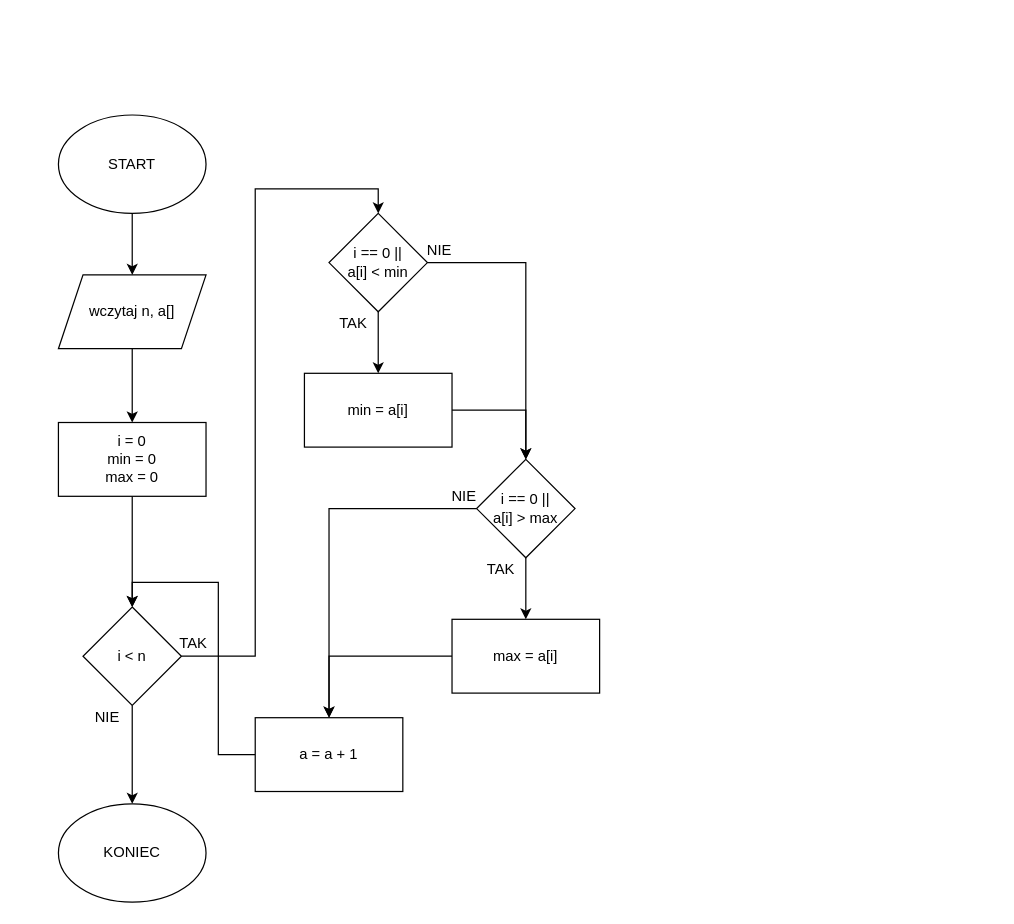
Earlier version of the draw.io diagram minmax.drawio (kuba2k2/zsl). Source tidied: cells renumbered, new cells numbered last; positions are measured from the earlier drawing's top-left corner, leaving out a move shared by most shapes. Both pictures are drawn from the tidied source at 123%, with x=0, y=0 at pixel (58, 114).
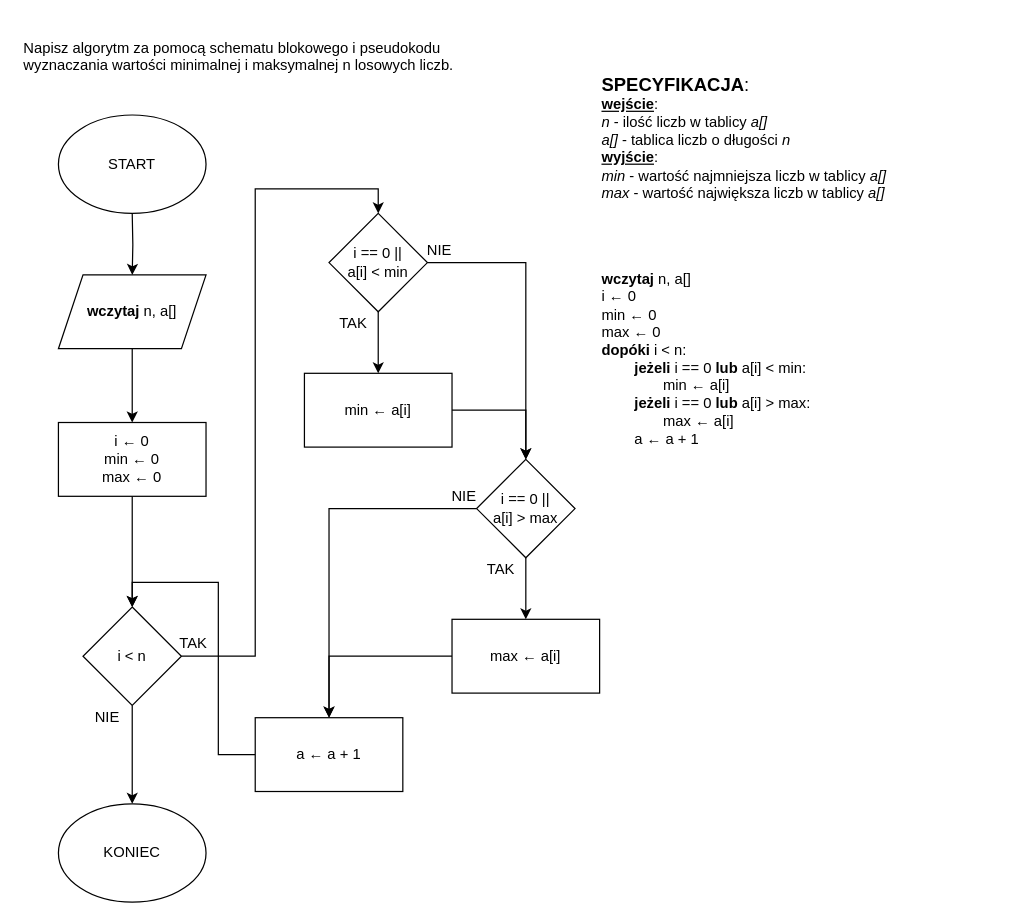
Above is the later version.

Commit message:
zapomniałem o pseudokozie

Unchanged cells that the change refers to:
```xml
<mxCell id="3" value="START" style="ellipse;whiteSpace=wrap;html=1;" parent="1" vertex="1">
  <mxGeometry width="120" height="80" as="geometry" />
</mxCell>
```

Diff of the diagram source:
```diff
@@
-    <mxCell id="2" style="edgeStyle=orthogonalEdgeStyle;rounded=0;jettySize=auto;html=1;" parent="1" edge="1" source="3" target="5">
-      <mxGeometry relative="1" as="geometry" />
+    <mxCell id="2" style="edgeStyle=orthogonalEdgeStyle;rounded=0;jettySize=auto;html=1;" parent="1" edge="1" target="5">
+      <mxGeometry relative="1" as="geometry">
+        <mxPoint x="60" y="80" as="sourcePoint" />
+      </mxGeometry>
     </mxCell>
@@
-    <mxCell id="5" value="wczytaj n, a[]" style="shape=parallelogram;perimeter=parallelogramPerimeter;whiteSpace=wrap;html=1;fixedSize=1;" parent="1" vertex="1">
+    <mxCell id="5" value="&lt;b&gt;wczytaj &lt;/b&gt;n, a[]" style="shape=parallelogram;perimeter=parallelogramPerimeter;whiteSpace=wrap;html=1;fixedSize=1;" parent="1" vertex="1">
       <mxGeometry y="130" width="120" height="60" as="geometry" />
     </mxCell>
@@
-    <mxCell id="7" value="&lt;div&gt;i = 0&lt;/div&gt;&lt;div&gt;min = 0&lt;br&gt;&lt;/div&gt;&lt;div&gt;max = 0&lt;br&gt;&lt;/div&gt;" style="rounded=0;whiteSpace=wrap;html=1;" parent="1" vertex="1">
+    <mxCell id="7" value="&lt;div&gt;i ← 0&lt;/div&gt;&lt;div&gt;min ← 0&lt;br&gt;&lt;/div&gt;&lt;div&gt;max ← 0&lt;br&gt;&lt;/div&gt;" style="rounded=0;whiteSpace=wrap;html=1;" parent="1" vertex="1">
       <mxGeometry y="250" width="120" height="60" as="geometry" />
     </mxCell>
@@
-    <mxCell id="15" value="min = a[i]" style="rounded=0;whiteSpace=wrap;html=1;" parent="1" vertex="1">
+    <mxCell id="15" value="min ← a[i]" style="rounded=0;whiteSpace=wrap;html=1;" parent="1" vertex="1">
       <mxGeometry x="200" y="210" width="120" height="60" as="geometry" />
     </mxCell>
@@
-    <mxCell id="20" value="max = a[i]" style="rounded=0;whiteSpace=wrap;html=1;" parent="1" vertex="1">
+    <mxCell id="20" value="max ← a[i]" style="rounded=0;whiteSpace=wrap;html=1;" parent="1" vertex="1">
       <mxGeometry x="320" y="410" width="120" height="60" as="geometry" />
     </mxCell>
@@
-    <mxCell id="22" value="a = a + 1" style="rounded=0;whiteSpace=wrap;html=1;" parent="1" vertex="1">
+    <mxCell id="22" value="a ← a + 1" style="rounded=0;whiteSpace=wrap;html=1;" parent="1" vertex="1">
       <mxGeometry x="160" y="490" width="120" height="60" as="geometry" />
     </mxCell>
@@
+    <mxCell id="30" value="&#10;Napisz algorytm za pomocą schematu blokowego i pseudokodu wyznaczania wartości minimalnej i maksymalnej n losowych liczb.&#10;&#10;" style="text;html=1;strokeColor=none;fillColor=none;align=left;verticalAlign=middle;whiteSpace=wrap;rounded=0;" parent="1" vertex="1">
+      <mxGeometry x="-30" y="-70" width="380" height="60" as="geometry" />
+    </mxCell>
+    <mxCell id="31" value="&lt;div&gt;&lt;b&gt;wczytaj &lt;/b&gt;n, a[]&lt;/div&gt;&lt;div&gt;&lt;div&gt;i ← 0&lt;/div&gt;&lt;div&gt;min ← 0&lt;br&gt;&lt;/div&gt;&lt;div&gt;max ← 0&lt;/div&gt;&lt;div&gt;&lt;b&gt;dopóki &lt;/b&gt;i &amp;lt; n:&lt;/div&gt;&lt;div&gt;&amp;nbsp;&amp;nbsp;&amp;nbsp;&amp;nbsp;&amp;nbsp;&amp;nbsp;&amp;nbsp; &lt;b&gt;jeżeli &lt;/b&gt;i == 0 &lt;b&gt;lub &lt;/b&gt;a[i] &amp;lt; min:&lt;/div&gt;&lt;div&gt;&amp;nbsp;&amp;nbsp;&amp;nbsp;&amp;nbsp;&amp;nbsp;&amp;nbsp;&amp;nbsp; &amp;nbsp;&amp;nbsp;&amp;nbsp;&amp;nbsp;&amp;nbsp;&amp;nbsp; min ← a[i]&lt;/div&gt;&lt;div&gt;&amp;nbsp;&amp;nbsp;&amp;nbsp;&amp;nbsp;&amp;nbsp;&amp;nbsp;&amp;nbsp; &lt;b&gt;jeżeli &lt;/b&gt;i == 0 &lt;b&gt;lub &lt;/b&gt;a[i] &amp;gt; max:&lt;/div&gt;&lt;div&gt;&amp;nbsp;&amp;nbsp;&amp;nbsp;&amp;nbsp;&amp;nbsp;&amp;nbsp;&amp;nbsp; &amp;nbsp;&amp;nbsp;&amp;nbsp;&amp;nbsp;&amp;nbsp;&amp;nbsp; max ← a[i]&lt;/div&gt;&lt;div&gt;&amp;nbsp;&amp;nbsp;&amp;nbsp;&amp;nbsp;&amp;nbsp;&amp;nbsp;&amp;nbsp; a ← a + 1&lt;br&gt;&lt;/div&gt;&lt;/div&gt;" style="text;html=1;strokeColor=none;fillColor=none;align=left;verticalAlign=top;whiteSpace=wrap;rounded=0;" parent="1" vertex="1">
+      <mxGeometry x="440" y="120" width="320" height="280" as="geometry" />
+    </mxCell>
+    <mxCell id="32" value="&lt;div style=&quot;font-size: 15px&quot;&gt;&lt;b&gt;SPECYFIKACJA&lt;/b&gt;:&lt;/div&gt;&lt;div&gt;&lt;b&gt;&lt;u&gt;wejście&lt;/u&gt;&lt;/b&gt;:&lt;/div&gt;&lt;div&gt;&lt;i&gt;n &lt;/i&gt;- ilość liczb w tablicy &lt;i&gt;a[]&lt;/i&gt;&lt;/div&gt;&lt;div&gt;&lt;i&gt;a[] &lt;/i&gt;- tablica liczb o długości &lt;i&gt;n&lt;/i&gt;&lt;br&gt;&lt;/div&gt;&lt;div&gt;&lt;b&gt;&lt;u&gt;wyjście&lt;/u&gt;&lt;/b&gt;:&lt;/div&gt;&lt;div&gt;&lt;i&gt;min &lt;/i&gt;- wartość najmniejsza liczb w tablicy &lt;i&gt;a[]&lt;/i&gt;&lt;/div&gt;&lt;div&gt;&lt;div&gt;&lt;i&gt;max &lt;/i&gt;- wartość największa liczb w tablicy &lt;i&gt;a[]&lt;/i&gt;&lt;/div&gt;&lt;/div&gt;" style="text;html=1;strokeColor=none;fillColor=none;align=left;verticalAlign=top;whiteSpace=wrap;rounded=0;" parent="1" vertex="1">
+      <mxGeometry x="440" y="-40" width="320" height="120" as="geometry" />
+    </mxCell>
```
